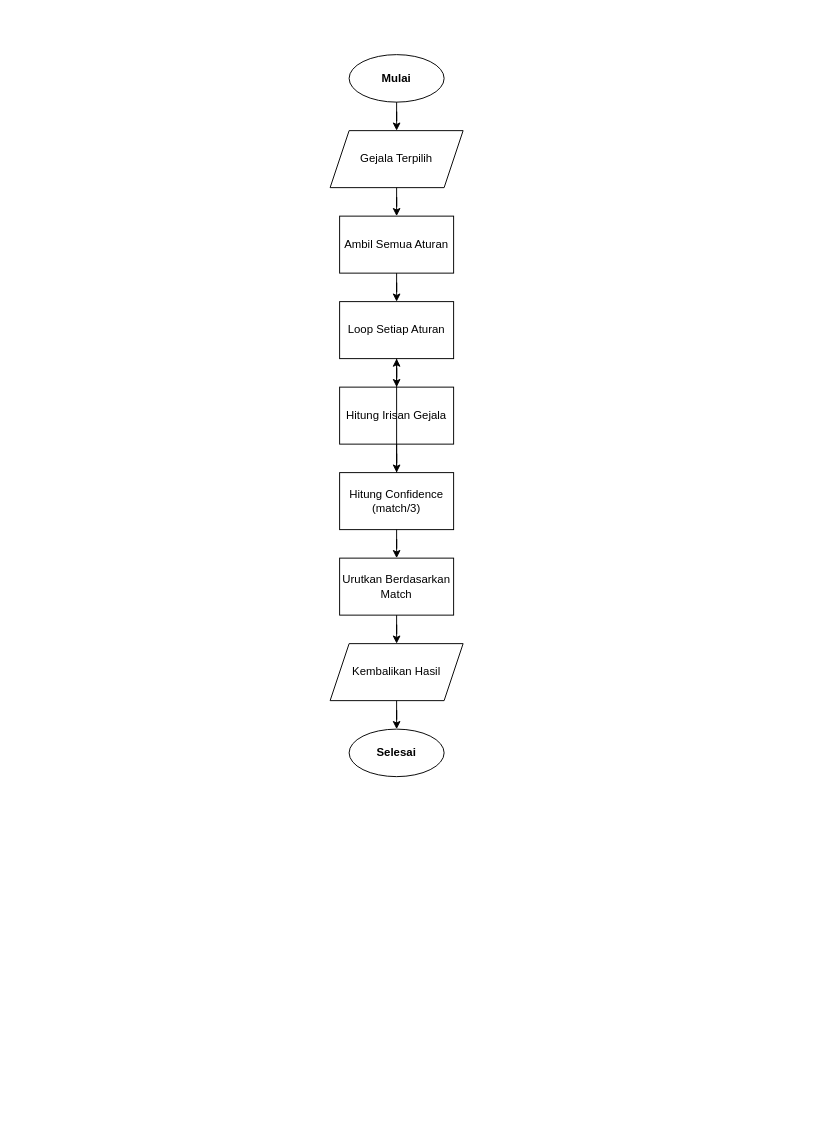
The draw.io diagram diagram/flowchart/diagnosa_logic.drawio in Jinsky/Jinsky, before the edit. Source tidied: cells renumbered, new cells numbered last; positions are measured from the earlier drawing's top-left corner, leaving out a move shared by most shapes. Both pictures are drawn from the tidied source at 95%, with x=0, y=0 at pixel (16, 16).
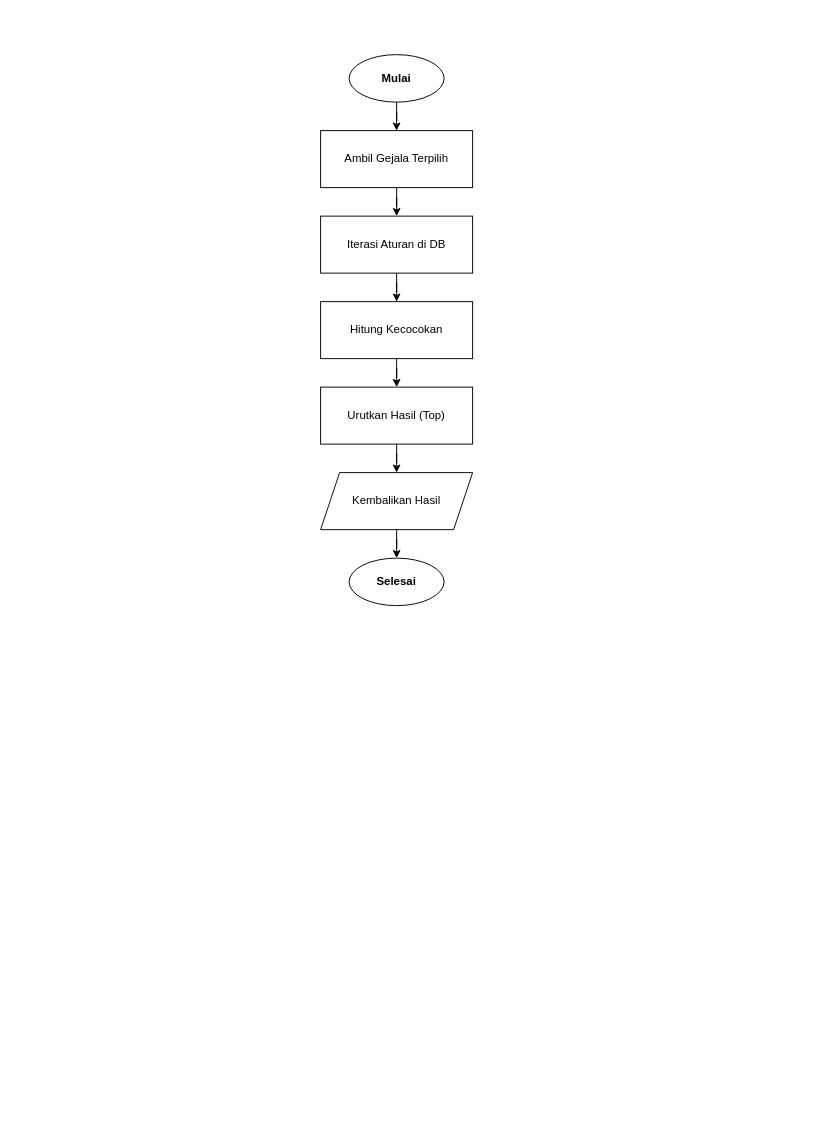
After the change.

The edit, as a diff of the source:
```diff
@@
-    <mxCell id="4" value="Gejala Terpilih" style="shape=parallelogram;perimeter=parallelogramPerimeter;whiteSpace=wrap;html=1;fixedSize=1;fontSize=12;fillColor=#ffffff;strokeColor=#000000;" parent="1" vertex="1">
-      <mxGeometry x="330" y="120" width="140" height="60" as="geometry" />
+    <mxCell id="4" value="Ambil Gejala Terpilih" style="rounded=0;whiteSpace=wrap;html=1;fontSize=12;fillColor=#ffffff;strokeColor=#000000;" parent="1" vertex="1">
+      <mxGeometry x="320" y="120" width="160" height="60" as="geometry" />
     </mxCell>
-    <mxCell id="5" value="Ambil Semua Aturan" style="rounded=0;whiteSpace=wrap;html=1;fontSize=12;fillColor=#ffffff;strokeColor=#000000;" parent="1" vertex="1">
-      <mxGeometry x="340" y="210" width="120" height="60" as="geometry" />
+    <mxCell id="5" value="Iterasi Aturan di DB" style="rounded=0;whiteSpace=wrap;html=1;fontSize=12;fillColor=#ffffff;strokeColor=#000000;" parent="1" vertex="1">
+      <mxGeometry x="320" y="210" width="160" height="60" as="geometry" />
     </mxCell>
-    <mxCell id="6" value="Loop Setiap Aturan" style="rounded=0;whiteSpace=wrap;html=1;fontSize=12;fillColor=#ffffff;strokeColor=#000000;" parent="1" vertex="1">
-      <mxGeometry x="340" y="300" width="120" height="60" as="geometry" />
+    <mxCell id="6" value="Hitung Kecocokan" style="rounded=0;whiteSpace=wrap;html=1;fontSize=12;fillColor=#ffffff;strokeColor=#000000;" parent="1" vertex="1">
+      <mxGeometry x="320" y="300" width="160" height="60" as="geometry" />
     </mxCell>
-    <mxCell id="7" value="Hitung Irisan Gejala" style="rounded=0;whiteSpace=wrap;html=1;fontSize=12;fillColor=#ffffff;strokeColor=#000000;" parent="1" vertex="1">
-      <mxGeometry x="340" y="390" width="120" height="60" as="geometry" />
+    <mxCell id="7" value="Urutkan Hasil (Top)" style="rounded=0;whiteSpace=wrap;html=1;fontSize=12;fillColor=#ffffff;strokeColor=#000000;" parent="1" vertex="1">
+      <mxGeometry x="320" y="390" width="160" height="60" as="geometry" />
     </mxCell>
-    <mxCell id="8" value="Hitung Confidence (match/3)" style="rounded=0;whiteSpace=wrap;html=1;fontSize=12;fillColor=#ffffff;strokeColor=#000000;" parent="1" vertex="1">
-      <mxGeometry x="340" y="480" width="120" height="60" as="geometry" />
+    <mxCell id="8" value="Kembalikan Hasil" style="shape=parallelogram;perimeter=parallelogramPerimeter;whiteSpace=wrap;html=1;fixedSize=1;fontSize=12;fillColor=#ffffff;strokeColor=#000000;" parent="1" vertex="1">
+      <mxGeometry x="320" y="480" width="160" height="60" as="geometry" />
     </mxCell>
-    <mxCell id="9" value="Urutkan Berdasarkan Match" style="rounded=0;whiteSpace=wrap;html=1;fontSize=12;fillColor=#ffffff;strokeColor=#000000;" parent="1" vertex="1">
-      <mxGeometry x="340" y="570" width="120" height="60" as="geometry" />
+    <mxCell id="9" value="Selesai" style="ellipse;whiteSpace=wrap;html=1;fontStyle=1;fontSize=12;fillColor=#ffffff;strokeColor=#000000;" parent="1" vertex="1">
+      <mxGeometry x="350" y="570" width="100" height="50" as="geometry" />
     </mxCell>
-    <mxCell id="10" value="Kembalikan Hasil" style="shape=parallelogram;perimeter=parallelogramPerimeter;whiteSpace=wrap;html=1;fixedSize=1;fontSize=12;fillColor=#ffffff;strokeColor=#000000;" parent="1" vertex="1">
-      <mxGeometry x="330" y="660" width="140" height="60" as="geometry" />
-    </mxCell>
-    <mxCell id="11" value="Selesai" style="ellipse;whiteSpace=wrap;html=1;fontStyle=1;fontSize=12;fillColor=#ffffff;strokeColor=#000000;" parent="1" vertex="1">
-      <mxGeometry x="350" y="750" width="100" height="50" as="geometry" />
-    </mxCell>
@@
-    <mxCell id="17" style="edgeStyle=orthogonalEdgeStyle;rounded=0;jettySize=auto;html=1;strokeColor=#000000;fontSize=11;" parent="1" edge="1" source="8" target="6">
-      <mxGeometry relative="1" as="geometry" />
-    </mxCell>
@@
-    <mxCell id="19" style="edgeStyle=orthogonalEdgeStyle;rounded=0;jettySize=auto;html=1;strokeColor=#000000;fontSize=11;" parent="1" edge="1" source="9" target="10">
-      <mxGeometry relative="1" as="geometry" />
-    </mxCell>
-    <mxCell id="20" style="edgeStyle=orthogonalEdgeStyle;rounded=0;jettySize=auto;html=1;strokeColor=#000000;fontSize=11;" parent="1" edge="1" source="10" target="11">
-      <mxGeometry relative="1" as="geometry" />
-    </mxCell>
```
